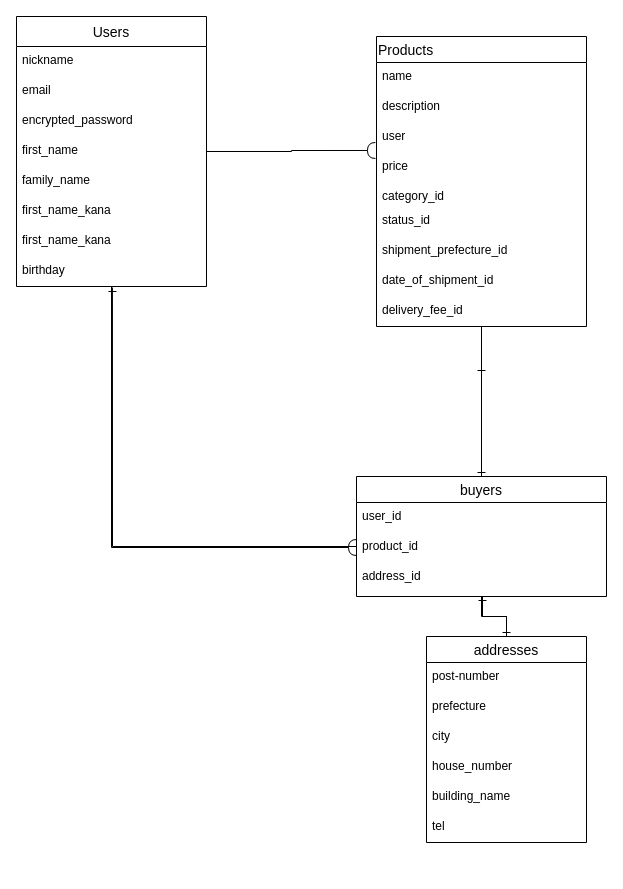
Before: lib/db_design.dio in KmgF/furima-30301, a draw.io diagram. Source tidied: cells renumbered, new cells numbered last; positions are measured from the earlier drawing's top-left corner, leaving out a move shared by most shapes. Both pictures are drawn from the tidied source at 100%, with x=0, y=0 at pixel (16, 16).
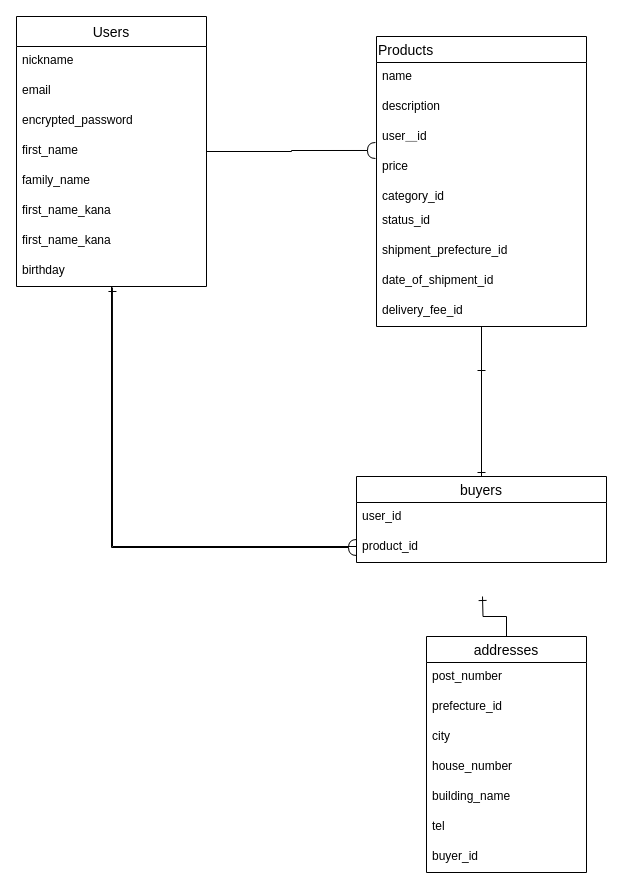
The same page after the edit.

The change refers to these unchanged cells:
```xml
<mxCell id="3" value="Products" style="swimlane;fontStyle=0;horizontal=1;startSize=26;align=left;fontSize=14;" parent="1" vertex="1">
  <mxGeometry x="360" y="20" width="210" height="290" as="geometry" />
</mxCell>
```

What changed in the source:
```diff
@@
-    <mxCell id="6" value="user" style="text;strokeColor=none;fillColor=none;spacingLeft=4;spacingRight=4;overflow=hidden;points=[[0,0.5],[1,0.5]];portConstraint=eastwest;fontSize=12;" parent="3" vertex="1">
+    <mxCell id="6" value="user＿id" style="text;strokeColor=none;fillColor=none;spacingLeft=4;spacingRight=4;overflow=hidden;points=[[0,0.5],[1,0.5]];portConstraint=eastwest;fontSize=12;" parent="3" vertex="1">
       <mxGeometry y="86" width="210" height="30" as="geometry" />
     </mxCell>
@@
-    <mxCell id="24" style="edgeStyle=orthogonalEdgeStyle;rounded=0;jettySize=auto;html=1;entryX=0.5;entryY=0;entryDx=0;entryDy=0;endArrow=ERone;endFill=0;" parent="1" edge="1" source="25" target="30">
-      <mxGeometry relative="1" as="geometry" />
-    </mxCell>
     <mxCell id="25" value="buyers" style="swimlane;fontStyle=0;horizontal=1;startSize=26;align=center;fontSize=14;" parent="1" vertex="1">
-      <mxGeometry x="340" y="460" width="250" height="120" as="geometry" />
+      <mxGeometry x="340" y="460" width="250" height="86" as="geometry" />
     </mxCell>
@@
-    <mxCell id="28" value="address_id" style="text;strokeColor=none;fillColor=none;spacingLeft=4;spacingRight=4;overflow=hidden;points=[[0,0.5],[1,0.5]];portConstraint=eastwest;fontSize=12;" parent="25" vertex="1">
-      <mxGeometry y="86" width="250" height="34" as="geometry" />
-    </mxCell>
-    <mxCell id="29" style="edgeStyle=orthogonalEdgeStyle;rounded=0;jettySize=auto;html=1;entryX=0.504;entryY=1;entryDx=0;entryDy=0;entryPerimeter=0;endArrow=ERone;endFill=0;" parent="1" edge="1" source="30" target="28">
-      <mxGeometry relative="1" as="geometry" />
+    <mxCell id="29" style="edgeStyle=orthogonalEdgeStyle;rounded=0;jettySize=auto;html=1;entryX=0.504;entryY=1;entryDx=0;entryDy=0;entryPerimeter=0;endArrow=ERone;endFill=0;" parent="1" edge="1" source="30">
+      <mxGeometry relative="1" as="geometry">
+        <mxPoint x="466" y="580" as="targetPoint" />
+      </mxGeometry>
     </mxCell>
     <mxCell id="30" value="addresses" style="swimlane;fontStyle=0;horizontal=1;startSize=26;align=center;fontSize=14;" parent="1" vertex="1">
-      <mxGeometry x="410" y="620" width="160" height="206" as="geometry" />
+      <mxGeometry x="410" y="620" width="160" height="236" as="geometry" />
     </mxCell>
-    <mxCell id="31" value="post-number" style="text;strokeColor=none;fillColor=none;spacingLeft=4;spacingRight=4;overflow=hidden;fontSize=12;" parent="30" vertex="1">
+    <mxCell id="31" value="post_number" style="text;strokeColor=none;fillColor=none;spacingLeft=4;spacingRight=4;overflow=hidden;fontSize=12;" parent="30" vertex="1">
       <mxGeometry y="26" width="160" height="30" as="geometry" />
     </mxCell>
-    <mxCell id="32" value="prefecture" style="text;strokeColor=none;fillColor=none;spacingLeft=4;spacingRight=4;overflow=hidden;fontSize=12;" parent="30" vertex="1">
+    <mxCell id="32" value="prefecture_id" style="text;strokeColor=none;fillColor=none;spacingLeft=4;spacingRight=4;overflow=hidden;fontSize=12;" parent="30" vertex="1">
       <mxGeometry y="56" width="160" height="30" as="geometry" />
     </mxCell>
@@
+    <mxCell id="39" value="buyer_id" style="text;strokeColor=none;fillColor=none;spacingLeft=4;spacingRight=4;overflow=hidden;fontSize=12;" parent="30" vertex="1">
+      <mxGeometry y="206" width="160" height="30" as="geometry" />
+    </mxCell>
```
